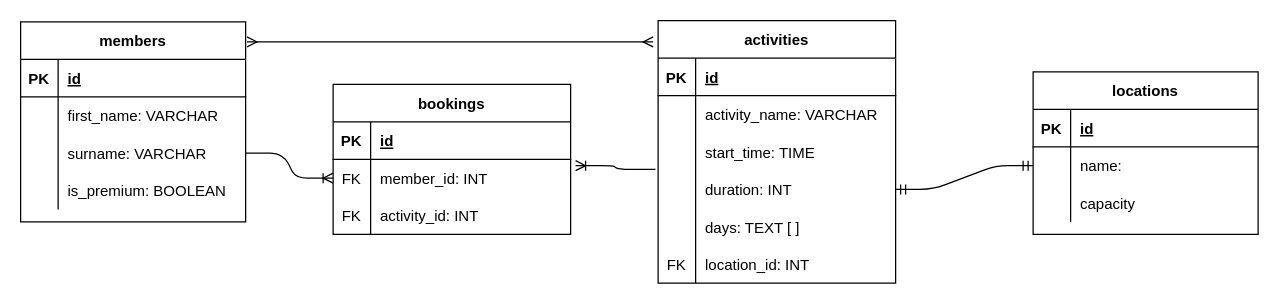
AK-UGlas/fit-me-in keeps this draw.io diagram as plan_and_design/db_schema.drawio. Above is the earlier version. Source tidied: cells renumbered, new cells numbered last; positions are measured from the earlier drawing's top-left corner, leaving out a move shared by most shapes. Both pictures are drawn from the tidied source at 125%, with x=0, y=0 at pixel (20, 20).
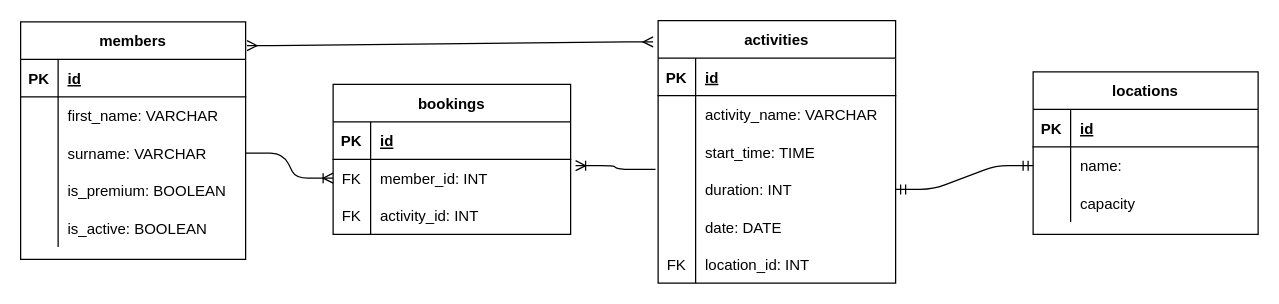
After the change.

The change refers to these unchanged cells:
```xml
<mxCell id="28" style="shape=partialRectangle;fillColor=none;top=0;left=0;bottom=0;right=0;" parent="15" vertex="1">
  <mxGeometry y="150" width="190" height="30" as="geometry" />
</mxCell>
```

The edit, as a diff of the source:
```diff
@@
     <mxCell id="2" value="members" style="shape=table;startSize=30;childLayout=tableLayout;rowLines=0;fontStyle=1;align=center;" parent="1" vertex="1">
-      <mxGeometry y="1" width="180" height="160" as="geometry" />
+      <mxGeometry y="1" width="180" height="190" as="geometry" />
     </mxCell>
@@
+    <mxCell id="58" style="shape=partialRectangle;fillColor=none;top=0;left=0;bottom=0;right=0;" parent="2" vertex="1">
+      <mxGeometry y="150" width="180" height="30" as="geometry" />
+    </mxCell>
+    <mxCell id="59" style="shape=partialRectangle;fillColor=none;top=0;left=0;bottom=0;right=0;overflow=hidden;" parent="58" vertex="1">
+      <mxGeometry width="30" height="30" as="geometry" />
+    </mxCell>
+    <mxCell id="60" value="is_active: BOOLEAN" style="shape=partialRectangle;fillColor=none;top=0;left=0;bottom=0;right=0;align=left;spacingLeft=6;overflow=hidden;" parent="58" vertex="1">
+      <mxGeometry x="30" width="150" height="30" as="geometry" />
+    </mxCell>
@@
-    <mxCell id="30" value="days: TEXT [ ]" style="shape=partialRectangle;fillColor=none;top=0;left=0;bottom=0;right=0;align=left;spacingLeft=6;overflow=hidden;" parent="28" vertex="1">
+    <mxCell id="30" value="date: DATE" style="shape=partialRectangle;fillColor=none;top=0;left=0;bottom=0;right=0;align=left;spacingLeft=6;overflow=hidden;" parent="28" vertex="1">
       <mxGeometry x="30" width="160" height="30" as="geometry" />
     </mxCell>
```
